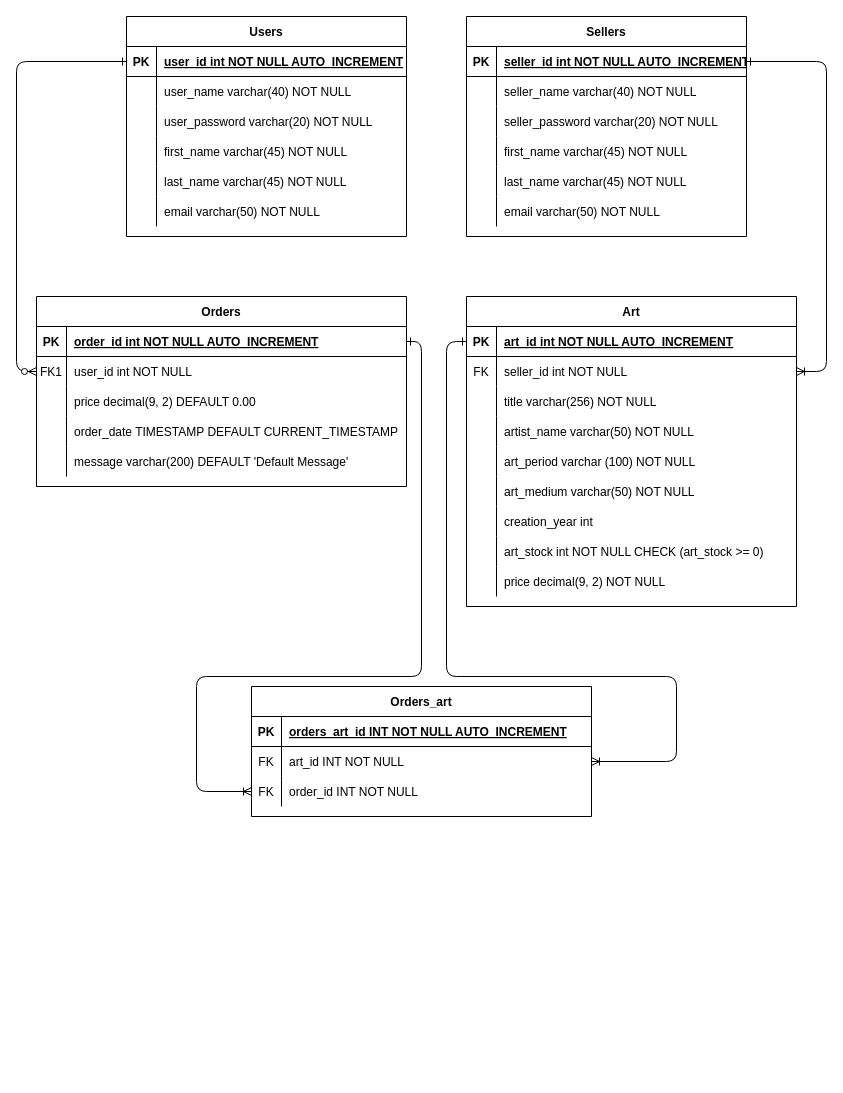
The draw.io diagram Additional Files/ERD Diagram/Final Project ERD.drawio in DaltonCash/PT-Final-Project, before the edit. Source tidied: cells renumbered, new cells numbered last; positions are measured from the earlier drawing's top-left corner, leaving out a move shared by most shapes. Both pictures are drawn from the tidied source at 100%, with x=0, y=0 at pixel (16, 16).
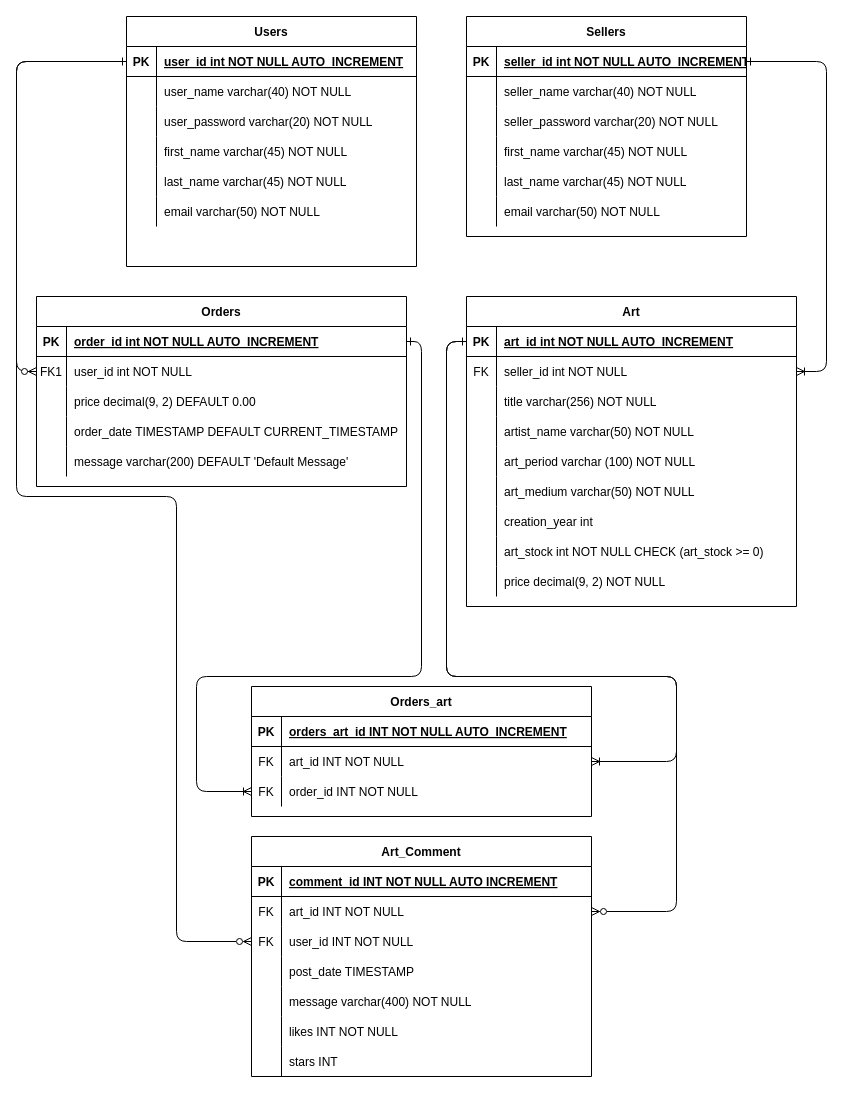
Above is the later version.

The change refers to these unchanged cells:
```xml
<mxCell id="6" style="shape=partialRectangle;fillColor=none;points=[[0,0.5],[1,0.5]];portConstraint=eastwest;top=0;left=0;right=0;bottom=0;" parent="2" vertex="1">
  <mxGeometry y="60" width="370" height="30" as="geometry" />
</mxCell>
<mxCell id="19" style="shape=partialRectangle;fillColor=none;points=[[0,0.5],[1,0.5]];portConstraint=eastwest;top=0;left=0;right=0;bottom=1;" parent="18" vertex="1">
  <mxGeometry y="30" width="330" height="30" as="geometry" />
</mxCell>
```

Diff of the diagram source:
```diff
@@
     <mxCell id="46" value="Users" style="shape=table;startSize=30;childLayout=tableLayout;rowLines=0;fontStyle=1;align=center;" parent="1" vertex="1">
-      <mxGeometry x="110" width="280" height="220" as="geometry" />
+      <mxGeometry x="110" width="290" height="250" as="geometry" />
     </mxCell>
     <mxCell id="47" style="shape=partialRectangle;fillColor=none;points=[[0,0.5],[1,0.5]];portConstraint=eastwest;top=0;left=0;right=0;bottom=1;" parent="46" vertex="1">
-      <mxGeometry y="30" width="280" height="30" as="geometry" />
+      <mxGeometry y="30" width="290" height="30" as="geometry" />
     </mxCell>
@@
     <mxCell id="49" value="user_id int NOT NULL AUTO_INCREMENT" style="shape=partialRectangle;overflow=hidden;fillColor=none;top=0;left=0;bottom=0;right=0;align=left;spacingLeft=6;fontStyle=5;" parent="47" vertex="1">
-      <mxGeometry x="30" width="250" height="30" as="geometry" />
+      <mxGeometry x="30" width="260" height="30" as="geometry" />
     </mxCell>
     <mxCell id="50" style="shape=partialRectangle;fillColor=none;top=0;left=0;right=0;bottom=0;" parent="46" vertex="1">
-      <mxGeometry y="60" width="280" height="30" as="geometry" />
+      <mxGeometry y="60" width="290" height="30" as="geometry" />
     </mxCell>
@@
     <mxCell id="52" value="user_name varchar(40) NOT NULL" style="shape=partialRectangle;overflow=hidden;fillColor=none;top=0;left=0;bottom=0;right=0;align=left;spacingLeft=6;" parent="50" vertex="1">
-      <mxGeometry x="30" width="250" height="30" as="geometry" />
+      <mxGeometry x="30" width="260" height="30" as="geometry" />
     </mxCell>
     <mxCell id="53" style="shape=tableRow;horizontal=0;startSize=0;swimlaneHead=0;swimlaneBody=0;fillColor=none;top=0;left=0;right=0;bottom=0;" parent="46" vertex="1">
-      <mxGeometry y="90" width="280" height="30" as="geometry" />
+      <mxGeometry y="90" width="290" height="30" as="geometry" />
     </mxCell>
@@
     <mxCell id="55" value="user_password varchar(20) NOT NULL" style="shape=partialRectangle;fillColor=none;top=0;left=0;bottom=0;right=0;align=left;spacingLeft=6;overflow=hidden;" parent="53" vertex="1">
-      <mxGeometry x="30" width="250" height="30" as="geometry" />
+      <mxGeometry x="30" width="260" height="30" as="geometry" />
     </mxCell>
     <mxCell id="56" style="shape=tableRow;horizontal=0;startSize=0;swimlaneHead=0;swimlaneBody=0;fillColor=none;top=0;left=0;right=0;bottom=0;" parent="46" vertex="1">
-      <mxGeometry y="120" width="280" height="30" as="geometry" />
+      <mxGeometry y="120" width="290" height="30" as="geometry" />
     </mxCell>
@@
     <mxCell id="58" value="first_name varchar(45) NOT NULL" style="shape=partialRectangle;fillColor=none;top=0;left=0;bottom=0;right=0;align=left;spacingLeft=6;overflow=hidden;" parent="56" vertex="1">
-      <mxGeometry x="30" width="250" height="30" as="geometry" />
+      <mxGeometry x="30" width="260" height="30" as="geometry" />
     </mxCell>
     <mxCell id="59" style="shape=tableRow;horizontal=0;startSize=0;swimlaneHead=0;swimlaneBody=0;fillColor=none;top=0;left=0;right=0;bottom=0;" parent="46" vertex="1">
-      <mxGeometry y="150" width="280" height="30" as="geometry" />
+      <mxGeometry y="150" width="290" height="30" as="geometry" />
     </mxCell>
@@
     <mxCell id="61" value="last_name varchar(45) NOT NULL" style="shape=partialRectangle;fillColor=none;top=0;left=0;bottom=0;right=0;align=left;spacingLeft=6;overflow=hidden;" parent="59" vertex="1">
-      <mxGeometry x="30" width="250" height="30" as="geometry" />
+      <mxGeometry x="30" width="260" height="30" as="geometry" />
     </mxCell>
     <mxCell id="62" style="shape=tableRow;horizontal=0;startSize=0;swimlaneHead=0;swimlaneBody=0;fillColor=none;top=0;left=0;right=0;bottom=0;" parent="46" vertex="1">
-      <mxGeometry y="180" width="280" height="30" as="geometry" />
+      <mxGeometry y="180" width="290" height="30" as="geometry" />
     </mxCell>
@@
     <mxCell id="64" value="email varchar(50) NOT NULL" style="shape=partialRectangle;fillColor=none;top=0;left=0;bottom=0;right=0;align=left;spacingLeft=6;overflow=hidden;" parent="62" vertex="1">
-      <mxGeometry x="30" width="250" height="30" as="geometry" />
+      <mxGeometry x="30" width="260" height="30" as="geometry" />
     </mxCell>
@@
-    <mxCell id="77" style="edgeStyle=orthogonalEdgeStyle;fontSize=12;html=1;endArrow=ERzeroToMany;endFill=1;rounded=1;exitX=0;exitY=0.5;exitDx=0;exitDy=0;entryX=0;entryY=0.5;entryDx=0;entryDy=0;startArrow=ERone;startFill=0;" parent="1" edge="1" source="47" target="6">
+    <mxCell id="77" style="edgeStyle=orthogonalEdgeStyle;fontSize=12;html=1;endArrow=ERzeroToMany;endFill=1;rounded=1;entryX=0;entryY=0.5;entryDx=0;entryDy=0;startArrow=ERone;startFill=0;exitX=0;exitY=0.5;exitDx=0;exitDy=0;" parent="1" edge="1" source="47" target="6">
       <mxGeometry relative="1" as="geometry">
         <Array as="points">
           <mxPoint y="45" />
           <mxPoint y="355" />
         </Array>
       </mxGeometry>
     </mxCell>
@@
+    <mxCell id="98" value="Art_Comment" style="shape=table;startSize=30;childLayout=tableLayout;rowLines=0;fontStyle=1;align=center;" parent="1" vertex="1">
+      <mxGeometry x="235" y="820" width="340" height="240" as="geometry" />
+    </mxCell>
+    <mxCell id="99" style="shape=tableRow;horizontal=0;startSize=0;swimlaneHead=0;swimlaneBody=0;fillColor=none;top=0;left=0;right=0;bottom=1;" parent="98" vertex="1">
+      <mxGeometry y="30" width="340" height="30" as="geometry" />
+    </mxCell>
+    <mxCell id="100" value="PK" style="shape=partialRectangle;fillColor=none;top=0;left=0;bottom=0;right=0;fontStyle=1;overflow=hidden;" parent="99" vertex="1">
+      <mxGeometry width="30" height="30" as="geometry" />
+    </mxCell>
+    <mxCell id="101" value="comment_id INT NOT NULL AUTO INCREMENT" style="shape=partialRectangle;fillColor=none;top=0;left=0;bottom=0;right=0;align=left;spacingLeft=6;fontStyle=5;overflow=hidden;" parent="99" vertex="1">
+      <mxGeometry x="30" width="310" height="30" as="geometry" />
+    </mxCell>
+    <mxCell id="102" style="shape=tableRow;horizontal=0;startSize=0;swimlaneHead=0;swimlaneBody=0;fillColor=none;points=[[0,0.5],[1,0.5]];portConstraint=eastwest;top=0;left=0;right=0;bottom=0;" parent="98" vertex="1">
+      <mxGeometry y="60" width="340" height="30" as="geometry" />
+    </mxCell>
+    <mxCell id="103" value="FK" style="shape=partialRectangle;fillColor=none;top=0;left=0;bottom=0;right=0;fontStyle=0;overflow=hidden;" parent="102" vertex="1">
+      <mxGeometry width="30" height="30" as="geometry" />
+    </mxCell>
+    <mxCell id="104" value="art_id INT NOT NULL" style="shape=partialRectangle;fillColor=none;top=0;left=0;bottom=0;right=0;align=left;spacingLeft=6;fontStyle=0;overflow=hidden;" parent="102" vertex="1">
+      <mxGeometry x="30" width="310" height="30" as="geometry" />
+    </mxCell>
+    <mxCell id="105" style="shape=tableRow;horizontal=0;startSize=0;swimlaneHead=0;swimlaneBody=0;fillColor=none;points=[[0,0.5],[1,0.5]];portConstraint=eastwest;top=0;left=0;right=0;bottom=0;" parent="98" vertex="1">
+      <mxGeometry y="90" width="340" height="30" as="geometry" />
+    </mxCell>
+    <mxCell id="106" value="FK" style="shape=partialRectangle;fillColor=none;top=0;left=0;bottom=0;right=0;fontStyle=0;overflow=hidden;" parent="105" vertex="1">
+      <mxGeometry width="30" height="30" as="geometry" />
+    </mxCell>
+    <mxCell id="107" value="user_id INT NOT NULL" style="shape=partialRectangle;fillColor=none;top=0;left=0;bottom=0;right=0;align=left;spacingLeft=6;fontStyle=0;overflow=hidden;" parent="105" vertex="1">
+      <mxGeometry x="30" width="310" height="30" as="geometry" />
+    </mxCell>
+    <mxCell id="108" style="shape=tableRow;horizontal=0;startSize=0;swimlaneHead=0;swimlaneBody=0;fillColor=none;top=0;left=0;right=0;bottom=0;" parent="98" vertex="1">
+      <mxGeometry y="120" width="340" height="30" as="geometry" />
+    </mxCell>
+    <mxCell id="109" style="shape=partialRectangle;fillColor=none;top=0;left=0;bottom=0;right=0;overflow=hidden;" parent="108" vertex="1">
+      <mxGeometry width="30" height="30" as="geometry" />
+    </mxCell>
+    <mxCell id="110" value="post_date TIMESTAMP" style="shape=partialRectangle;fillColor=none;top=0;left=0;bottom=0;right=0;align=left;spacingLeft=6;overflow=hidden;" parent="108" vertex="1">
+      <mxGeometry x="30" width="310" height="30" as="geometry" />
+    </mxCell>
+    <mxCell id="111" style="shape=tableRow;horizontal=0;startSize=0;swimlaneHead=0;swimlaneBody=0;fillColor=none;top=0;left=0;right=0;bottom=0;" parent="98" vertex="1">
+      <mxGeometry y="150" width="340" height="30" as="geometry" />
+    </mxCell>
+    <mxCell id="112" style="shape=partialRectangle;fillColor=none;top=0;left=0;bottom=0;right=0;overflow=hidden;" parent="111" vertex="1">
+      <mxGeometry width="30" height="30" as="geometry" />
+    </mxCell>
+    <mxCell id="113" value="message varchar(400) NOT NULL" style="shape=partialRectangle;fillColor=none;top=0;left=0;bottom=0;right=0;align=left;spacingLeft=6;overflow=hidden;" parent="111" vertex="1">
+      <mxGeometry x="30" width="310" height="30" as="geometry" />
+    </mxCell>
+    <mxCell id="114" style="shape=tableRow;horizontal=0;startSize=0;swimlaneHead=0;swimlaneBody=0;fillColor=none;top=0;left=0;right=0;bottom=0;" parent="98" vertex="1">
+      <mxGeometry y="180" width="340" height="30" as="geometry" />
+    </mxCell>
+    <mxCell id="115" style="shape=partialRectangle;fillColor=none;top=0;left=0;bottom=0;right=0;overflow=hidden;" parent="114" vertex="1">
+      <mxGeometry width="30" height="30" as="geometry" />
+    </mxCell>
+    <mxCell id="116" value="likes INT NOT NULL" style="shape=partialRectangle;fillColor=none;top=0;left=0;bottom=0;right=0;align=left;spacingLeft=6;overflow=hidden;" parent="114" vertex="1">
+      <mxGeometry x="30" width="310" height="30" as="geometry" />
+    </mxCell>
+    <mxCell id="117" style="shape=tableRow;horizontal=0;startSize=0;swimlaneHead=0;swimlaneBody=0;fillColor=none;top=0;left=0;right=0;bottom=0;" parent="98" vertex="1">
+      <mxGeometry y="210" width="340" height="30" as="geometry" />
+    </mxCell>
+    <mxCell id="118" style="shape=partialRectangle;fillColor=none;top=0;left=0;bottom=0;right=0;overflow=hidden;" parent="117" vertex="1">
+      <mxGeometry width="30" height="30" as="geometry" />
+    </mxCell>
+    <mxCell id="119" value="stars INT " style="shape=partialRectangle;fillColor=none;top=0;left=0;bottom=0;right=0;align=left;spacingLeft=6;overflow=hidden;" parent="117" vertex="1">
+      <mxGeometry x="30" width="310" height="30" as="geometry" />
+    </mxCell>
+    <mxCell id="120" style="edgeStyle=orthogonalEdgeStyle;rounded=1;jettySize=auto;html=1;endArrow=ERzeroToMany;endFill=0;entryX=1;entryY=0.5;entryDx=0;entryDy=0;" parent="1" edge="1" source="19" target="102">
+      <mxGeometry relative="1" as="geometry">
+        <Array as="points">
+          <mxPoint x="430" y="325" />
+          <mxPoint x="430" y="660" />
+          <mxPoint x="660" y="660" />
+          <mxPoint x="660" y="895" />
+        </Array>
+      </mxGeometry>
+    </mxCell>
+    <mxCell id="121" style="edgeStyle=orthogonalEdgeStyle;rounded=1;jettySize=auto;html=1;exitX=0;exitY=0.5;exitDx=0;exitDy=0;endArrow=ERzeroToMany;endFill=0;entryX=0;entryY=0.5;entryDx=0;entryDy=0;" parent="1" edge="1" source="47" target="105">
+      <mxGeometry relative="1" as="geometry">
+        <Array as="points">
+          <mxPoint y="45" />
+          <mxPoint y="480" />
+          <mxPoint x="160" y="480" />
+          <mxPoint x="160" y="925" />
+        </Array>
+      </mxGeometry>
+    </mxCell>
```
